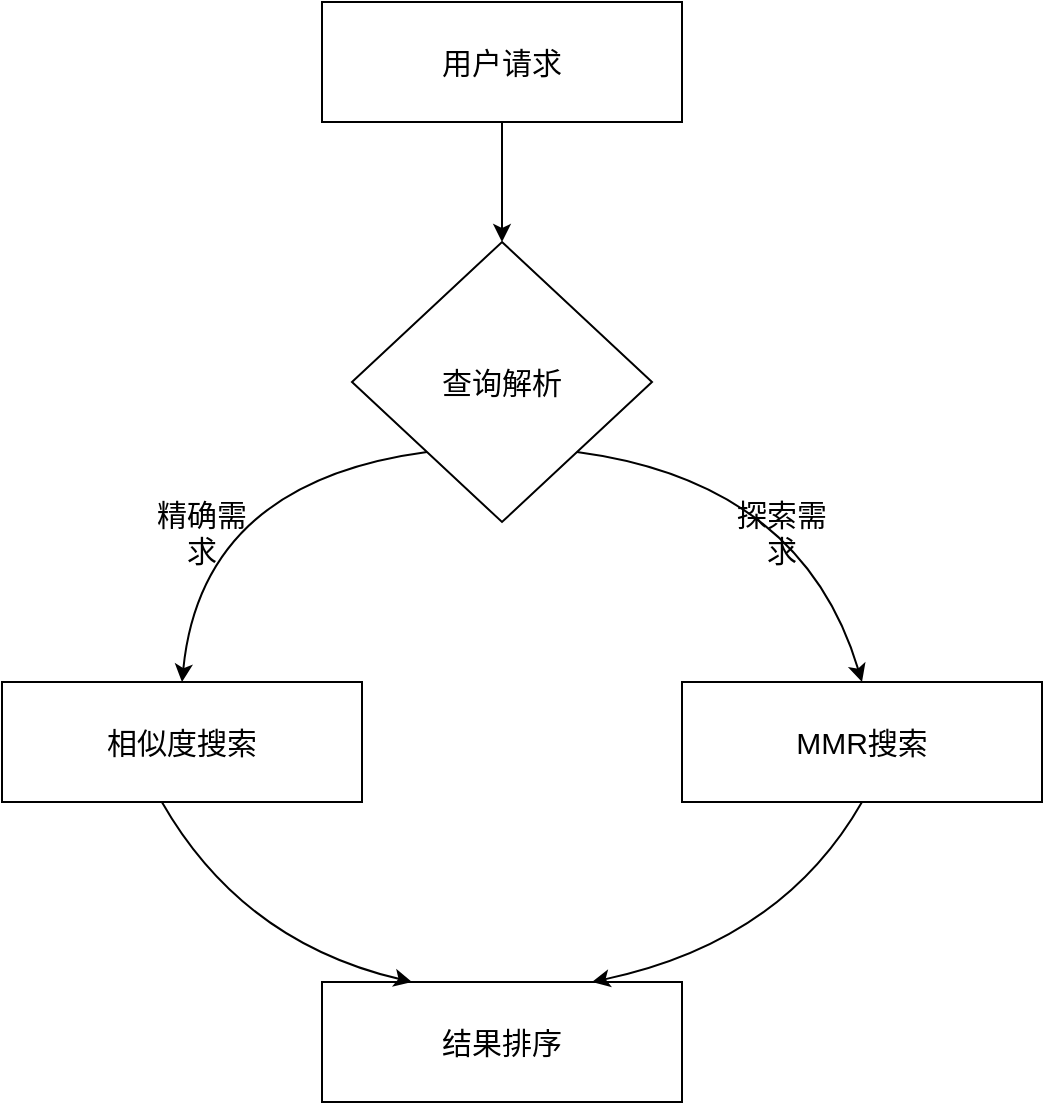
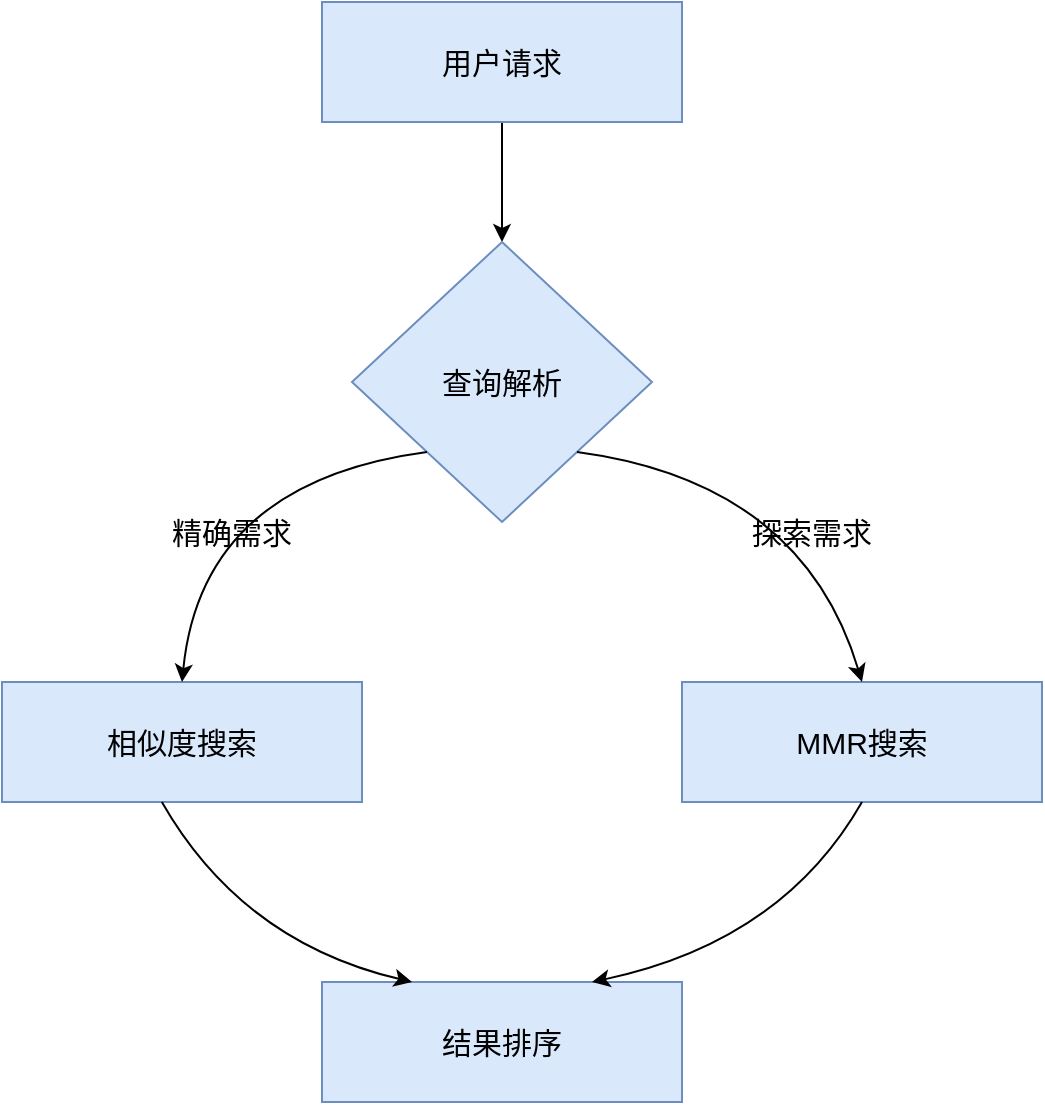
<mxfile host="app.diagrams.net">
  <diagram name="第 1 页" id="VA3MuX9GfteasPUnp-ZO">
    <mxGraphModel dx="1414" dy="751" grid="1" gridSize="10" guides="1" tooltips="1" connect="1" arrows="1" fold="1" page="1" pageScale="1" pageWidth="827" pageHeight="1169" math="0" shadow="0">
      <root>
        <mxCell id="0" />
        <mxCell id="1" parent="0" />
        <mxCell id="rnLWUTe9O84K_HT3iv2F-6" edge="1" parent="1" source="rnLWUTe9O84K_HT3iv2F-1" style="edgeStyle=orthogonalEdgeStyle;rounded=0;orthogonalLoop=1;jettySize=auto;html=1;entryX=0.5;entryY=0;entryDx=0;entryDy=0;fontSize=15;" target="rnLWUTe9O84K_HT3iv2F-2">
          <mxGeometry relative="1" as="geometry" />
        </mxCell>
-         <mxCell id="rnLWUTe9O84K_HT3iv2F-1" parent="1" style="rounded=0;whiteSpace=wrap;html=1;fontSize=15;" value="用户请求" vertex="1">
+         <mxCell id="rnLWUTe9O84K_HT3iv2F-1" parent="1" style="rounded=0;whiteSpace=wrap;html=1;fontSize=15;fillColor=#dae8fc;strokeColor=#6c8ebf;" value="用户请求" vertex="1">
          <mxGeometry height="60" width="180" x="330" y="150" as="geometry" />
        </mxCell>
-         <mxCell id="rnLWUTe9O84K_HT3iv2F-2" parent="1" style="rhombus;whiteSpace=wrap;html=1;fontSize=15;" value="查询解析" vertex="1">
+         <mxCell id="rnLWUTe9O84K_HT3iv2F-2" parent="1" style="rhombus;whiteSpace=wrap;html=1;fontSize=15;fillColor=#dae8fc;strokeColor=#6c8ebf;" value="查询解析" vertex="1">
          <mxGeometry height="140" width="150" x="345" y="270" as="geometry" />
        </mxCell>
-         <mxCell id="rnLWUTe9O84K_HT3iv2F-3" parent="1" style="rounded=0;whiteSpace=wrap;html=1;fontSize=15;" value="相似度搜索" vertex="1">
+         <mxCell id="rnLWUTe9O84K_HT3iv2F-3" parent="1" style="rounded=0;whiteSpace=wrap;html=1;fontSize=15;fillColor=#dae8fc;strokeColor=#6c8ebf;" value="相似度搜索" vertex="1">
          <mxGeometry height="60" width="180" x="170" y="490" as="geometry" />
        </mxCell>
-         <mxCell id="rnLWUTe9O84K_HT3iv2F-4" parent="1" style="rounded=0;whiteSpace=wrap;html=1;fontSize=15;" value="MMR搜索" vertex="1">
+         <mxCell id="rnLWUTe9O84K_HT3iv2F-4" parent="1" style="rounded=0;whiteSpace=wrap;html=1;fontSize=15;fillColor=#dae8fc;strokeColor=#6c8ebf;" value="MMR搜索" vertex="1">
          <mxGeometry height="60" width="180" x="510" y="490" as="geometry" />
        </mxCell>
-         <mxCell id="rnLWUTe9O84K_HT3iv2F-5" parent="1" style="rounded=0;whiteSpace=wrap;html=1;fontSize=15;" value="结果排序" vertex="1">
+         <mxCell id="rnLWUTe9O84K_HT3iv2F-5" parent="1" style="rounded=0;whiteSpace=wrap;html=1;fontSize=15;fillColor=#dae8fc;strokeColor=#6c8ebf;" value="结果排序" vertex="1">
          <mxGeometry height="60" width="180" x="330" y="640" as="geometry" />
        </mxCell>
        <mxCell id="rnLWUTe9O84K_HT3iv2F-7" edge="1" parent="1" source="rnLWUTe9O84K_HT3iv2F-2" style="endArrow=classic;html=1;rounded=0;entryX=0.5;entryY=0;entryDx=0;entryDy=0;curved=1;exitX=0;exitY=1;exitDx=0;exitDy=0;fontSize=15;" target="rnLWUTe9O84K_HT3iv2F-3" value="">
          <mxGeometry height="50" relative="1" width="50" as="geometry">
            <Array as="points">
              <mxPoint x="270" y="390" />
            </Array>
            <mxPoint x="230" y="420" as="sourcePoint" />
            <mxPoint x="280" y="370" as="targetPoint" />
          </mxGeometry>
        </mxCell>
        <mxCell id="rnLWUTe9O84K_HT3iv2F-8" edge="1" parent="1" source="rnLWUTe9O84K_HT3iv2F-2" style="endArrow=classic;html=1;rounded=0;exitX=1;exitY=1;exitDx=0;exitDy=0;entryX=0.5;entryY=0;entryDx=0;entryDy=0;curved=1;fontSize=15;" target="rnLWUTe9O84K_HT3iv2F-4" value="">
          <mxGeometry height="50" relative="1" width="50" as="geometry">
            <Array as="points">
              <mxPoint x="570" y="390" />
            </Array>
            <mxPoint x="640" y="420" as="sourcePoint" />
            <mxPoint x="690" y="370" as="targetPoint" />
          </mxGeometry>
        </mxCell>
        <mxCell id="rnLWUTe9O84K_HT3iv2F-10" parent="1" style="text;html=1;whiteSpace=wrap;strokeColor=none;fillColor=none;align=center;verticalAlign=middle;rounded=0;fontSize=15;" value="精确需求" vertex="1">
-           <mxGeometry height="30" width="60" x="240" y="400" as="geometry" />
+           <mxGeometry height="30" width="90" x="240" y="400" as="geometry" />
        </mxCell>
        <mxCell id="rnLWUTe9O84K_HT3iv2F-11" parent="1" style="text;html=1;whiteSpace=wrap;strokeColor=none;fillColor=none;align=center;verticalAlign=middle;rounded=0;fontSize=15;" value="探索需求" vertex="1">
-           <mxGeometry height="30" width="60" x="530" y="400" as="geometry" />
+           <mxGeometry height="30" width="90" x="530" y="400" as="geometry" />
        </mxCell>
        <mxCell id="rnLWUTe9O84K_HT3iv2F-12" edge="1" parent="1" source="rnLWUTe9O84K_HT3iv2F-3" style="endArrow=classic;html=1;rounded=0;exitX=0.444;exitY=1;exitDx=0;exitDy=0;exitPerimeter=0;entryX=0.25;entryY=0;entryDx=0;entryDy=0;curved=1;fontSize=15;" target="rnLWUTe9O84K_HT3iv2F-5" value="">
          <mxGeometry height="50" relative="1" width="50" as="geometry">
            <Array as="points">
              <mxPoint x="290" y="620" />
            </Array>
            <mxPoint x="220" y="660" as="sourcePoint" />
            <mxPoint x="270" y="610" as="targetPoint" />
          </mxGeometry>
        </mxCell>
        <mxCell id="rnLWUTe9O84K_HT3iv2F-13" edge="1" parent="1" source="rnLWUTe9O84K_HT3iv2F-4" style="endArrow=classic;html=1;rounded=0;exitX=0.5;exitY=1;exitDx=0;exitDy=0;entryX=0.75;entryY=0;entryDx=0;entryDy=0;curved=1;fontSize=15;" target="rnLWUTe9O84K_HT3iv2F-5" value="">
          <mxGeometry height="50" relative="1" width="50" as="geometry">
            <Array as="points">
              <mxPoint x="560" y="620" />
            </Array>
            <mxPoint x="700" y="670" as="sourcePoint" />
            <mxPoint x="750" y="620" as="targetPoint" />
          </mxGeometry>
        </mxCell>
      </root>
    </mxGraphModel>
  </diagram>
</mxfile>
